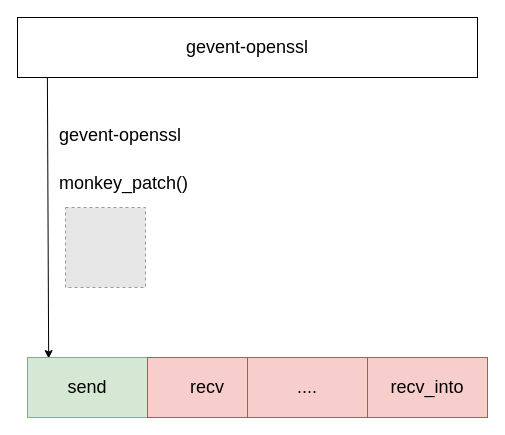
This is decks/grequests-https-talk/images/partial-monkey-patching-2.drawio from saurabh-hirani/slides, a draw.io file, before an edit. Source tidied: cells renumbered, new cells numbered last; positions are measured from the earlier drawing's top-left corner, leaving out a move shared by most shapes. Both pictures are drawn from the tidied source at 100%, with x=0, y=0 at pixel (17, 17). Pictures stored in the file or linked from it are replaced by grey dashed boxes.
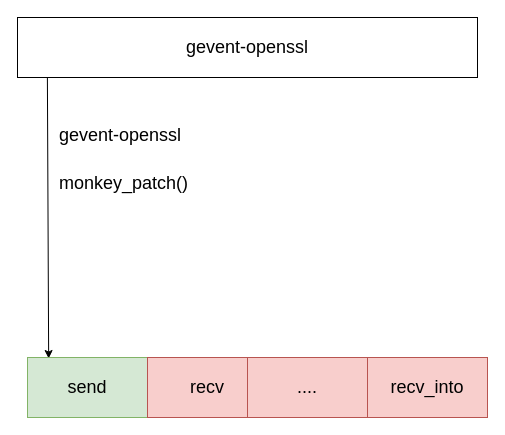
After the change.

What changed in the source:
```diff
@@
 <mxGraphModel>
   <root>
     <mxCell id="0" />
     <mxCell id="1" parent="0" />
     <mxCell id="2" value="&lt;font style=&quot;font-size: 18px&quot;&gt;gevent-openssl&lt;/font&gt;" style="rounded=0;whiteSpace=wrap;html=1;" parent="1" vertex="1">
       <mxGeometry width="460" height="60" as="geometry" />
     </mxCell>
     <mxCell id="3" style="rounded=0;whiteSpace=wrap;html=1;fillColor=#d5e8d4;strokeColor=#82b366;" parent="1" vertex="1">
       <mxGeometry x="10" y="340" width="460" height="60" as="geometry" />
     </mxCell>
     <mxCell id="4" style="endArrow=classic;html=1;exitX=0.065;exitY=1;exitDx=0;exitDy=0;exitPerimeter=0;entryX=0.046;entryY=0.017;entryDx=0;entryDy=0;entryPerimeter=0;" parent="1" edge="1" source="2" target="3">
       <mxGeometry relative="1" as="geometry" />
     </mxCell>
-    <mxCell id="5" style="fillColor=#E6E6E6;strokeColor=#999999;dashed=1;verticalLabelPosition=bottom;labelBackgroundColor=#ffffff;verticalAlign=top;" parent="1" vertex="1">
-      <mxGeometry x="48" y="190" width="80" height="80" as="geometry" />
-    </mxCell>
     <mxCell id="6" value="&lt;font style=&quot;font-size: 18px&quot;&gt;monkey_patch()&lt;br&gt;&lt;/font&gt;" style="text;html=1;align=left;verticalAlign=top;spacingTop=-4;" parent="1" vertex="1">
       <mxGeometry x="40" y="152.5" width="140" height="20" as="geometry" />
     </mxCell>
     <mxCell id="7" value="&lt;font style=&quot;font-size: 18px&quot;&gt;gevent-openssl&lt;br&gt;&lt;br&gt;&lt;/font&gt;" style="text;html=1;align=left;verticalAlign=top;spacingTop=-4;" parent="1" vertex="1">
       <mxGeometry x="40" y="105" width="140" height="30" as="geometry" />
     </mxCell>
     <mxCell id="8" value="&lt;font style=&quot;font-size: 18px&quot;&gt;recv_into&lt;/font&gt;" style="rounded=0;whiteSpace=wrap;html=1;fillColor=#f8cecc;strokeColor=#b85450;" parent="1" vertex="1">
       <mxGeometry x="350" y="340" width="120" height="60" as="geometry" />
     </mxCell>
     <mxCell id="9" value="&lt;font style=&quot;font-size: 18px&quot;&gt;send&lt;/font&gt;" style="rounded=0;whiteSpace=wrap;html=1;fillColor=#d5e8d4;strokeColor=#82b366;" parent="1" vertex="1">
       <mxGeometry x="10" y="340" width="120" height="60" as="geometry" />
     </mxCell>
     <mxCell id="10" value="&lt;font style=&quot;font-size: 18px&quot;&gt;recv&lt;/font&gt;" style="rounded=0;whiteSpace=wrap;html=1;fillColor=#f8cecc;strokeColor=#b85450;" parent="1" vertex="1">
       <mxGeometry x="130" y="340" width="120" height="60" as="geometry" />
     </mxCell>
     <mxCell id="11" value="&lt;font style=&quot;font-size: 18px&quot;&gt;....&lt;/font&gt;" style="rounded=0;whiteSpace=wrap;html=1;fillColor=#f8cecc;strokeColor=#b85450;" parent="1" vertex="1">
       <mxGeometry x="230" y="340" width="120" height="60" as="geometry" />
     </mxCell>
   </root>
 </mxGraphModel>
```
